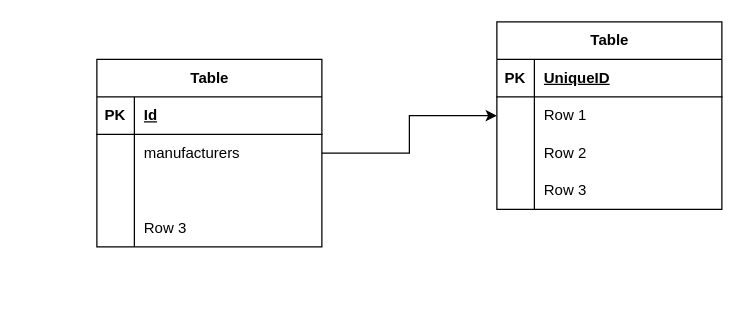
Before: chapter3/Untitled Diagram.drawio in Bhuwan-web/retrofun, a draw.io diagram. Source tidied: cells renumbered, new cells numbered last; positions are measured from the earlier drawing's top-left corner, leaving out a move shared by most shapes. Both pictures are drawn from the tidied source at 125%, with x=0, y=0 at pixel (96, 21).
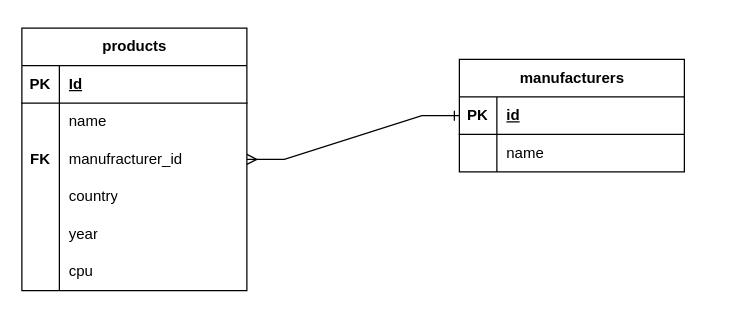
The same page after the edit.

Unchanged cells that the change refers to:
```xml
<mxCell id="16" style="shape=tableRow;horizontal=0;startSize=0;swimlaneHead=0;swimlaneBody=0;fillColor=none;points=[[0,0.5],[1,0.5]];portConstraint=eastwest;top=0;left=0;right=0;bottom=1;" parent="15" vertex="1">
  <mxGeometry y="30" width="180" height="30" as="geometry" />
</mxCell>
<mxCell id="19" style="shape=tableRow;horizontal=0;startSize=0;swimlaneHead=0;swimlaneBody=0;fillColor=none;top=0;left=0;right=0;bottom=0;" parent="15" vertex="1">
  <mxGeometry y="60" width="180" height="30" as="geometry" />
</mxCell>
```

What changed in the source:
```diff
@@
-    <mxCell id="2" value="Table" style="shape=table;startSize=30;childLayout=tableLayout;rowLines=0;fontStyle=1;align=center;html=1;" parent="1" vertex="1">
-      <mxGeometry y="30" width="180" height="150" as="geometry" />
+    <mxCell id="2" value="products" style="shape=table;startSize=30;childLayout=tableLayout;rowLines=0;fontStyle=1;align=center;html=1;" parent="1" vertex="1">
+      <mxGeometry x="-60" y="5" width="180" height="210" as="geometry" />
     </mxCell>
@@
+    <mxCell id="29" style="shape=tableRow;horizontal=0;startSize=0;swimlaneHead=0;swimlaneBody=0;fillColor=none;top=0;left=0;right=0;bottom=0;" parent="2" vertex="1">
+      <mxGeometry y="60" width="180" height="30" as="geometry" />
+    </mxCell>
+    <mxCell id="30" style="shape=partialRectangle;fillColor=none;top=0;left=0;bottom=0;right=0;overflow=hidden;whiteSpace=wrap;html=1;" parent="29" vertex="1">
+      <mxGeometry width="30" height="30" as="geometry" />
+    </mxCell>
+    <mxCell id="31" value="name" style="shape=partialRectangle;fillColor=none;top=0;left=0;bottom=0;right=0;align=left;spacingLeft=6;overflow=hidden;whiteSpace=wrap;html=1;" parent="29" vertex="1">
+      <mxGeometry x="30" width="150" height="30" as="geometry" />
+    </mxCell>
     <mxCell id="6" style="shape=tableRow;horizontal=0;startSize=0;swimlaneHead=0;swimlaneBody=0;fillColor=none;points=[[0,0.5],[1,0.5]];portConstraint=eastwest;top=0;left=0;right=0;bottom=0;" parent="2" vertex="1">
-      <mxGeometry y="60" width="180" height="30" as="geometry" />
+      <mxGeometry y="90" width="180" height="30" as="geometry" />
     </mxCell>
-    <mxCell id="7" style="shape=partialRectangle;fillColor=none;top=0;left=0;bottom=0;right=0;overflow=hidden;whiteSpace=wrap;html=1;" parent="6" vertex="1">
+    <mxCell id="7" value="FK" style="shape=partialRectangle;fillColor=none;top=0;left=0;bottom=0;right=0;overflow=hidden;whiteSpace=wrap;html=1;fontStyle=1;" parent="6" vertex="1">
       <mxGeometry width="30" height="30" as="geometry" />
     </mxCell>
-    <mxCell id="8" value="manufacturers" style="shape=partialRectangle;fillColor=none;top=0;left=0;bottom=0;right=0;align=left;spacingLeft=6;overflow=hidden;whiteSpace=wrap;html=1;" parent="6" vertex="1">
+    <mxCell id="8" value="manufracturer_id" style="shape=partialRectangle;fillColor=none;top=0;left=0;bottom=0;right=0;align=left;spacingLeft=6;overflow=hidden;whiteSpace=wrap;html=1;" parent="6" vertex="1">
       <mxGeometry x="30" width="150" height="30" as="geometry" />
     </mxCell>
+    <mxCell id="32" style="shape=tableRow;horizontal=0;startSize=0;swimlaneHead=0;swimlaneBody=0;fillColor=none;top=0;left=0;right=0;bottom=0;strokeWidth=1;swimlaneLine=1;" parent="2" vertex="1">
+      <mxGeometry y="120" width="180" height="30" as="geometry" />
+    </mxCell>
+    <mxCell id="33" style="shape=partialRectangle;fillColor=none;top=0;left=0;bottom=0;right=0;overflow=hidden;whiteSpace=wrap;html=1;" parent="32" vertex="1">
+      <mxGeometry width="30" height="30" as="geometry" />
+    </mxCell>
+    <mxCell id="34" value="country" style="shape=partialRectangle;fillColor=none;top=0;left=0;bottom=0;right=0;align=left;spacingLeft=6;overflow=hidden;whiteSpace=wrap;html=1;" parent="32" vertex="1">
+      <mxGeometry x="30" width="150" height="30" as="geometry" />
+    </mxCell>
     <mxCell id="9" style="shape=tableRow;horizontal=0;startSize=0;swimlaneHead=0;swimlaneBody=0;fillColor=none;top=0;left=0;right=0;bottom=0;" parent="2" vertex="1">
-      <mxGeometry y="90" width="180" height="30" as="geometry" />
+      <mxGeometry y="150" width="180" height="30" as="geometry" />
     </mxCell>
@@
-    <mxCell id="11" style="shape=partialRectangle;fillColor=none;top=0;left=0;bottom=0;right=0;align=left;spacingLeft=6;overflow=hidden;whiteSpace=wrap;html=1;" parent="9" vertex="1">
+    <mxCell id="11" value="year" style="shape=partialRectangle;fillColor=none;top=0;left=0;bottom=0;right=0;align=left;spacingLeft=6;overflow=hidden;whiteSpace=wrap;html=1;" parent="9" vertex="1">
       <mxGeometry x="30" width="150" height="30" as="geometry" />
     </mxCell>
     <mxCell id="12" style="shape=tableRow;horizontal=0;startSize=0;swimlaneHead=0;swimlaneBody=0;fillColor=none;top=0;left=0;right=0;bottom=0;" parent="2" vertex="1">
-      <mxGeometry y="120" width="180" height="30" as="geometry" />
+      <mxGeometry y="180" width="180" height="30" as="geometry" />
     </mxCell>
@@
-    <mxCell id="14" value="Row 3" style="shape=partialRectangle;fillColor=none;top=0;left=0;bottom=0;right=0;align=left;spacingLeft=6;overflow=hidden;whiteSpace=wrap;html=1;" parent="12" vertex="1">
+    <mxCell id="14" value="cpu" style="shape=partialRectangle;fillColor=none;top=0;left=0;bottom=0;right=0;align=left;spacingLeft=6;overflow=hidden;whiteSpace=wrap;html=1;" parent="12" vertex="1">
       <mxGeometry x="30" width="150" height="30" as="geometry" />
     </mxCell>
-    <mxCell id="15" value="Table" style="shape=table;startSize=30;childLayout=tableLayout;rowLines=0;fontStyle=1;align=center;html=1;" parent="1" vertex="1">
-      <mxGeometry x="320" width="180" height="150" as="geometry" />
+    <mxCell id="15" value="manufacturers" style="shape=table;startSize=30;childLayout=tableLayout;rowLines=0;fontStyle=1;align=center;html=1;" parent="1" vertex="1">
+      <mxGeometry x="290" y="30" width="180" height="90" as="geometry" />
     </mxCell>
@@
-    <mxCell id="18" value="UniqueID" style="shape=partialRectangle;fillColor=none;top=0;left=0;bottom=0;right=0;align=left;spacingLeft=6;fontStyle=5;overflow=hidden;whiteSpace=wrap;html=1;" parent="16" vertex="1">
+    <mxCell id="18" value="id" style="shape=partialRectangle;fillColor=none;top=0;left=0;bottom=0;right=0;align=left;spacingLeft=6;fontStyle=5;overflow=hidden;whiteSpace=wrap;html=1;" parent="16" vertex="1">
       <mxGeometry x="30" width="150" height="30" as="geometry" />
     </mxCell>
@@
-    <mxCell id="21" value="Row 1" style="shape=partialRectangle;fillColor=none;top=0;left=0;bottom=0;right=0;align=left;spacingLeft=6;overflow=hidden;whiteSpace=wrap;html=1;" parent="19" vertex="1">
+    <mxCell id="21" value="name" style="shape=partialRectangle;fillColor=none;top=0;left=0;bottom=0;right=0;align=left;spacingLeft=6;overflow=hidden;whiteSpace=wrap;html=1;" parent="19" vertex="1">
       <mxGeometry x="30" width="150" height="30" as="geometry" />
     </mxCell>
-    <mxCell id="22" style="shape=tableRow;horizontal=0;startSize=0;swimlaneHead=0;swimlaneBody=0;fillColor=none;top=0;left=0;right=0;bottom=0;" parent="15" vertex="1">
-      <mxGeometry y="90" width="180" height="30" as="geometry" />
-    </mxCell>
-    <mxCell id="23" style="shape=partialRectangle;fillColor=none;top=0;left=0;bottom=0;right=0;overflow=hidden;whiteSpace=wrap;html=1;" parent="22" vertex="1">
-      <mxGeometry width="30" height="30" as="geometry" />
-    </mxCell>
-    <mxCell id="24" value="Row 2" style="shape=partialRectangle;fillColor=none;top=0;left=0;bottom=0;right=0;align=left;spacingLeft=6;overflow=hidden;whiteSpace=wrap;html=1;" parent="22" vertex="1">
-      <mxGeometry x="30" width="150" height="30" as="geometry" />
-    </mxCell>
-    <mxCell id="25" style="shape=tableRow;horizontal=0;startSize=0;swimlaneHead=0;swimlaneBody=0;fillColor=none;top=0;left=0;right=0;bottom=0;" parent="15" vertex="1">
-      <mxGeometry y="120" width="180" height="30" as="geometry" />
-    </mxCell>
-    <mxCell id="26" style="shape=partialRectangle;fillColor=none;top=0;left=0;bottom=0;right=0;overflow=hidden;whiteSpace=wrap;html=1;" parent="25" vertex="1">
-      <mxGeometry width="30" height="30" as="geometry" />
-    </mxCell>
-    <mxCell id="27" value="Row 3" style="shape=partialRectangle;fillColor=none;top=0;left=0;bottom=0;right=0;align=left;spacingLeft=6;overflow=hidden;whiteSpace=wrap;html=1;" parent="25" vertex="1">
-      <mxGeometry x="30" width="150" height="30" as="geometry" />
-    </mxCell>
-    <mxCell id="28" style="edgeStyle=orthogonalEdgeStyle;rounded=0;jettySize=auto;html=1;" parent="1" edge="1" source="6" target="15">
-      <mxGeometry relative="1" as="geometry" />
-    </mxCell>
+    <mxCell id="35" style="edgeStyle=entityRelationEdgeStyle;fontSize=12;html=1;endArrow=ERone;rounded=0;endFill=0;startArrow=ERmany;startFill=0;entryX=0;entryY=0.5;entryDx=0;entryDy=0;exitX=1;exitY=0.5;exitDx=0;exitDy=0;" parent="1" edge="1" source="6" target="16">
+      <mxGeometry relative="1" as="geometry" />
+    </mxCell>
```
